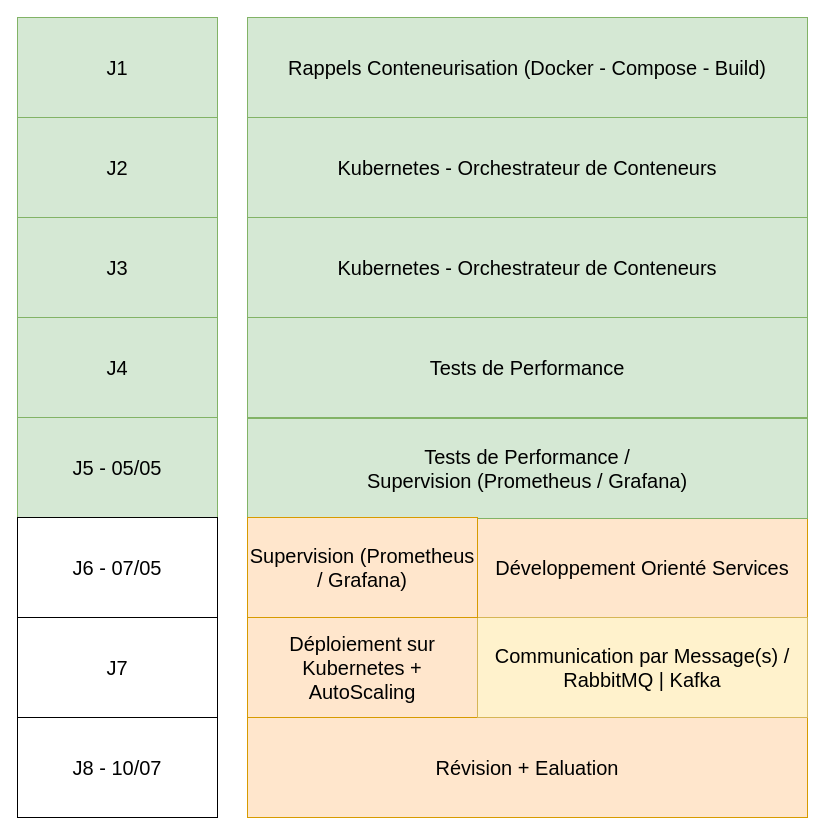
This is page "planning" (1 of 12) of planning.drawio from argonaultes-education/hexagone-3b-3INSI-2026, a draw.io file, before an edit. Source tidied: cells renumbered, new cells numbered last; positions are measured from the earlier drawing's top-left corner, leaving out a move shared by most shapes. Both pictures are drawn from the tidied source at 100%, with x=0, y=0 at pixel (17, 17).
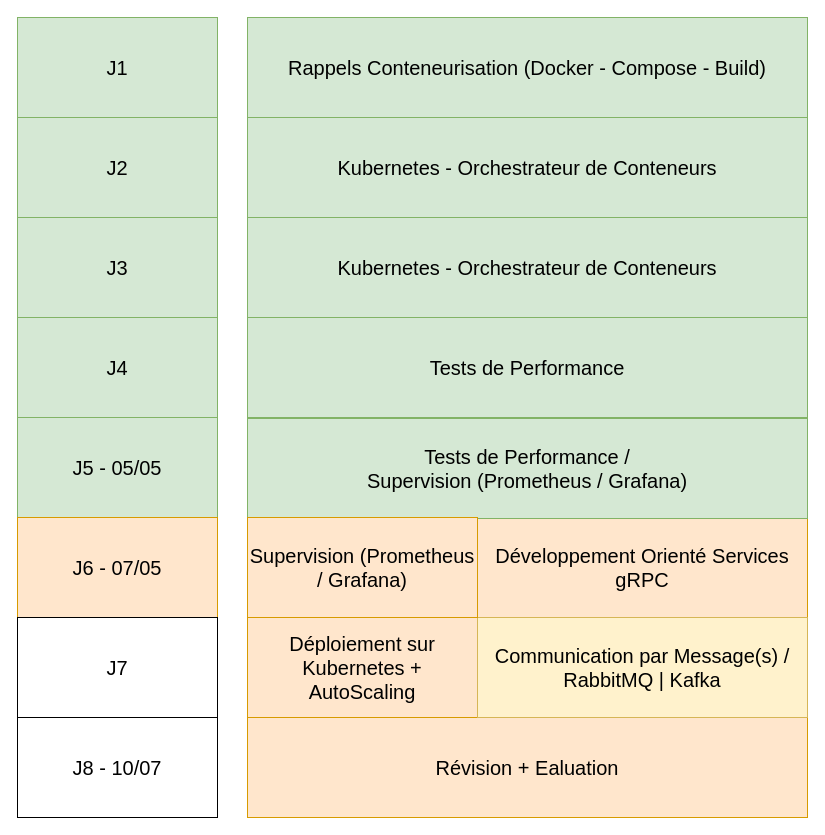
Above is the later version.

Diff of the diagram source:
```diff
@@
 <mxGraphModel>
   <root>
     <mxCell id="0" />
     <mxCell id="1" parent="0" />
     <mxCell id="2" value="J1" style="rounded=0;whiteSpace=wrap;html=1;fontSize=20;fillColor=#d5e8d4;strokeColor=#82b366;" parent="1" vertex="1">
       <mxGeometry width="200" height="100" as="geometry" />
     </mxCell>
     <mxCell id="3" value="J2" style="rounded=0;whiteSpace=wrap;html=1;fontSize=20;fillColor=#d5e8d4;strokeColor=#82b366;" parent="1" vertex="1">
       <mxGeometry y="100" width="200" height="100" as="geometry" />
     </mxCell>
     <mxCell id="4" value="J3" style="rounded=0;whiteSpace=wrap;html=1;fontSize=20;fillColor=#d5e8d4;strokeColor=#82b366;" parent="1" vertex="1">
       <mxGeometry y="200" width="200" height="100" as="geometry" />
     </mxCell>
     <mxCell id="5" value="J4" style="rounded=0;whiteSpace=wrap;html=1;fontSize=20;fillColor=#d5e8d4;strokeColor=#82b366;" parent="1" vertex="1">
       <mxGeometry y="300" width="200" height="100" as="geometry" />
     </mxCell>
     <mxCell id="6" value="J5 - 05/05" style="rounded=0;whiteSpace=wrap;html=1;fontSize=20;fillColor=#d5e8d4;strokeColor=#82b366;" parent="1" vertex="1">
       <mxGeometry y="400" width="200" height="100" as="geometry" />
     </mxCell>
-    <mxCell id="7" value="J6 - 07/05" style="rounded=0;whiteSpace=wrap;html=1;fontSize=20;" parent="1" vertex="1">
+    <mxCell id="7" value="J6 - 07/05" style="rounded=0;whiteSpace=wrap;html=1;fontSize=20;fillColor=#ffe6cc;strokeColor=#d79b00;" parent="1" vertex="1">
       <mxGeometry y="500" width="200" height="100" as="geometry" />
     </mxCell>
     <mxCell id="8" value="J7" style="rounded=0;whiteSpace=wrap;html=1;fontSize=20;" parent="1" vertex="1">
       <mxGeometry y="600" width="200" height="100" as="geometry" />
     </mxCell>
     <mxCell id="9" value="J8 - 10/07" style="rounded=0;whiteSpace=wrap;html=1;fontSize=20;" parent="1" vertex="1">
       <mxGeometry y="700" width="200" height="100" as="geometry" />
     </mxCell>
     <mxCell id="10" value="Rappels Conteneurisation (Docker - Compose - Build)" style="rounded=0;whiteSpace=wrap;html=1;fontSize=20;fillColor=#d5e8d4;strokeColor=#82b366;" parent="1" vertex="1">
       <mxGeometry x="230" width="560" height="100" as="geometry" />
     </mxCell>
     <mxCell id="11" value="Kubernetes - Orchestrateur de Conteneurs" style="rounded=0;whiteSpace=wrap;html=1;fontSize=20;fillColor=#d5e8d4;strokeColor=#82b366;" parent="1" vertex="1">
       <mxGeometry x="230" y="100" width="560" height="100" as="geometry" />
     </mxCell>
     <mxCell id="12" value="Kubernetes - Orchestrateur de Conteneurs" style="rounded=0;whiteSpace=wrap;html=1;fontSize=20;fillColor=#d5e8d4;strokeColor=#82b366;" parent="1" vertex="1">
       <mxGeometry x="230" y="200" width="560" height="100" as="geometry" />
     </mxCell>
     <mxCell id="13" value="Tests de Performance" style="rounded=0;whiteSpace=wrap;html=1;fontSize=20;fillColor=#d5e8d4;strokeColor=#82b366;" parent="1" vertex="1">
       <mxGeometry x="230" y="300" width="560" height="100" as="geometry" />
     </mxCell>
-    <mxCell id="14" value="Développement Orienté Services" style="rounded=0;whiteSpace=wrap;html=1;fontSize=20;fillColor=#ffe6cc;strokeColor=#d79b00;" parent="1" vertex="1">
+    <mxCell id="14" value="Développement Orienté Services&lt;div&gt;gRPC&lt;/div&gt;" style="rounded=0;whiteSpace=wrap;html=1;fontSize=20;fillColor=#ffe6cc;strokeColor=#d79b00;" parent="1" vertex="1">
       <mxGeometry x="460" y="500" width="330" height="100" as="geometry" />
     </mxCell>
     <mxCell id="15" value="Déploiement sur Kubernetes + AutoScaling" style="rounded=0;whiteSpace=wrap;html=1;fontSize=20;fillColor=#ffe6cc;strokeColor=#d79b00;" parent="1" vertex="1">
       <mxGeometry x="230" y="600" width="230" height="100" as="geometry" />
     </mxCell>
     <mxCell id="16" value="Révision + Ealuation" style="rounded=0;whiteSpace=wrap;html=1;fontSize=20;fillColor=#ffe6cc;strokeColor=#d79b00;" parent="1" vertex="1">
       <mxGeometry x="230" y="700" width="560" height="100" as="geometry" />
     </mxCell>
     <mxCell id="17" value="Communication par Message(s) / RabbitMQ | Kafka" style="rounded=0;whiteSpace=wrap;html=1;fontSize=20;fillColor=#fff2cc;strokeColor=#d6b656;" parent="1" vertex="1">
       <mxGeometry x="460" y="600" width="330" height="100" as="geometry" />
     </mxCell>
     <mxCell id="18" value="Tests de Performance /&lt;div&gt;Supervision (Prometheus / Grafana)&lt;/div&gt;" style="rounded=0;whiteSpace=wrap;html=1;fontSize=20;fillColor=#d5e8d4;strokeColor=#82b366;" parent="1" vertex="1">
       <mxGeometry x="230" y="401" width="560" height="100" as="geometry" />
     </mxCell>
     <mxCell id="19" value="Supervision (Prometheus / Grafana)" style="rounded=0;whiteSpace=wrap;html=1;fontSize=20;fillColor=#ffe6cc;strokeColor=#d79b00;" parent="1" vertex="1">
       <mxGeometry x="230" y="500" width="230" height="100" as="geometry" />
     </mxCell>
   </root>
 </mxGraphModel>
```
